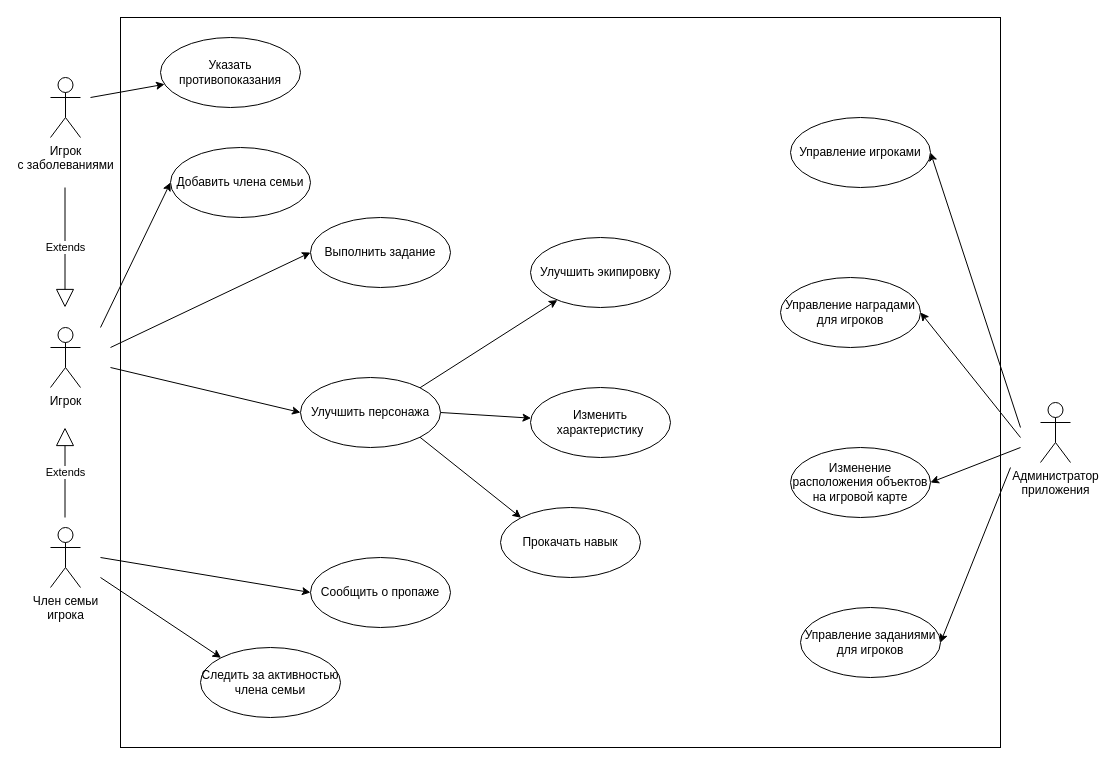
Before: graphs/Диаграмма прецендентов.drawio in RetteraDev/Diploma, a draw.io diagram. Source tidied: cells renumbered, new cells numbered last; positions are measured from the earlier drawing's top-left corner, leaving out a move shared by most shapes. Both pictures are drawn from the tidied source at 100%, with x=0, y=0 at pixel (50, 17).
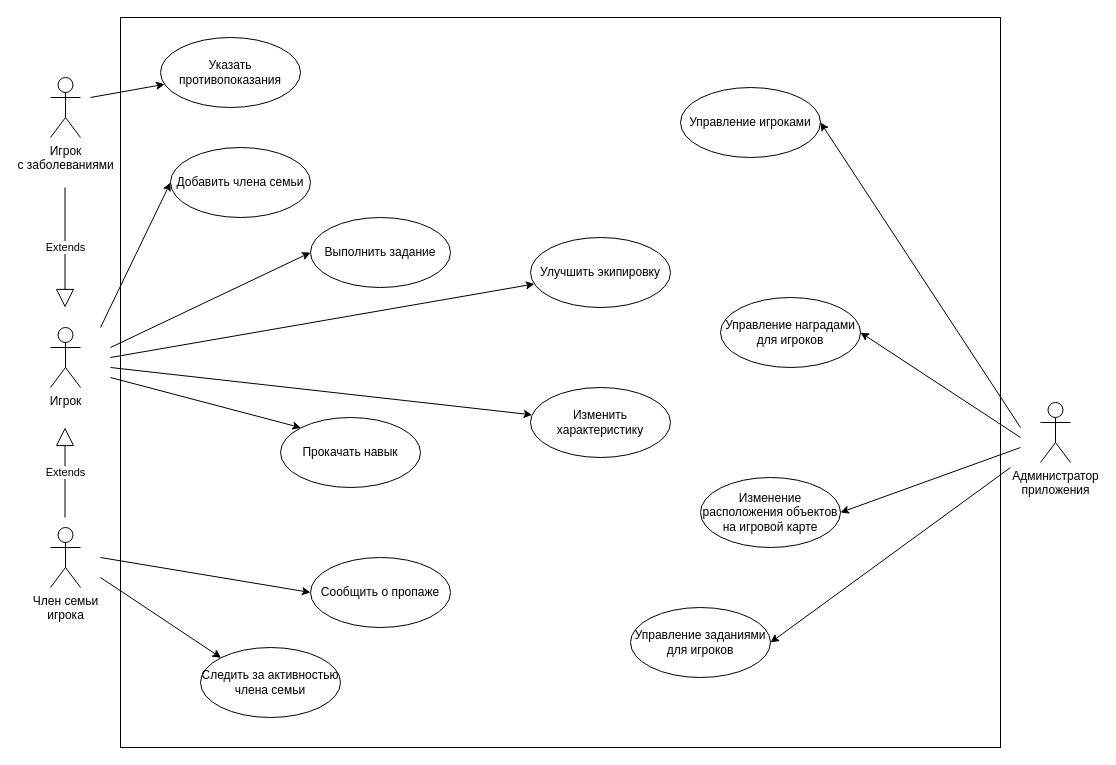
Above is the later version.

Commit message (it also covers changes not shown here):
fix: Доработать диаграмму прецендентов

The change refers to these unchanged cells:
```xml
<mxCell id="32" value="Улучшить экипировку" style="ellipse;whiteSpace=wrap;html=1;" parent="1" vertex="1">
  <mxGeometry x="480" y="220" width="140" height="70" as="geometry" />
</mxCell>
<mxCell id="33" value="Изменить характеристику" style="ellipse;whiteSpace=wrap;html=1;" parent="1" vertex="1">
  <mxGeometry x="480" y="370" width="140" height="70" as="geometry" />
</mxCell>
```

The edit, as a diff of the source:
```diff
@@
     <mxCell id="14" value="Изменение расположения объектов на игровой карте" style="ellipse;whiteSpace=wrap;html=1;" parent="1" vertex="1">
-      <mxGeometry x="740" y="430" width="140" height="70" as="geometry" />
+      <mxGeometry x="650" y="460" width="140" height="70" as="geometry" />
     </mxCell>
-    <mxCell id="15" style="rounded=0;jettySize=auto;html=1;exitX=1;exitY=0;exitDx=0;exitDy=0;" parent="1" edge="1" source="18" target="32">
-      <mxGeometry relative="1" as="geometry" />
+    <mxCell id="15" style="rounded=0;jettySize=auto;html=1;" parent="1" edge="1" target="32">
+      <mxGeometry relative="1" as="geometry">
+        <mxPoint x="60" y="340" as="sourcePoint" />
+      </mxGeometry>
     </mxCell>
-    <mxCell id="16" style="rounded=0;jettySize=auto;html=1;exitX=1;exitY=0.5;exitDx=0;exitDy=0;" parent="1" edge="1" source="18" target="33">
-      <mxGeometry relative="1" as="geometry" />
+    <mxCell id="16" style="rounded=0;jettySize=auto;html=1;" parent="1" edge="1" target="33">
+      <mxGeometry relative="1" as="geometry">
+        <mxPoint x="60" y="350" as="sourcePoint" />
+      </mxGeometry>
     </mxCell>
-    <mxCell id="17" style="rounded=0;jettySize=auto;html=1;exitX=1;exitY=1;exitDx=0;exitDy=0;entryX=0;entryY=0;entryDx=0;entryDy=0;" parent="1" edge="1" source="18" target="34">
-      <mxGeometry relative="1" as="geometry" />
+    <mxCell id="17" style="rounded=0;jettySize=auto;html=1;entryX=0;entryY=0;entryDx=0;entryDy=0;" parent="1" edge="1" target="34">
+      <mxGeometry relative="1" as="geometry">
+        <mxPoint x="60" y="360" as="sourcePoint" />
+      </mxGeometry>
     </mxCell>
-    <mxCell id="18" value="Улучшить персонажа" style="ellipse;whiteSpace=wrap;html=1;" parent="1" vertex="1">
-      <mxGeometry x="250" y="360" width="140" height="70" as="geometry" />
-    </mxCell>
@@
-    <mxCell id="20" style="rounded=0;jettySize=auto;html=1;entryX=0;entryY=0.5;entryDx=0;entryDy=0;" parent="1" edge="1" target="18">
-      <mxGeometry relative="1" as="geometry">
-        <mxPoint x="60" y="350" as="sourcePoint" />
-      </mxGeometry>
-    </mxCell>
@@
     <mxCell id="24" value="Управление игроками" style="ellipse;whiteSpace=wrap;html=1;" parent="1" vertex="1">
-      <mxGeometry x="740" y="100" width="140" height="70" as="geometry" />
+      <mxGeometry x="630" y="70" width="140" height="70" as="geometry" />
     </mxCell>
@@
     <mxCell id="28" value="Управление наградами для игроков" style="ellipse;whiteSpace=wrap;html=1;" parent="1" vertex="1">
-      <mxGeometry x="730" y="260" width="140" height="70" as="geometry" />
+      <mxGeometry x="670" y="280" width="140" height="70" as="geometry" />
     </mxCell>
@@
     <mxCell id="30" value="Управление заданиями для игроков" style="ellipse;whiteSpace=wrap;html=1;" parent="1" vertex="1">
-      <mxGeometry x="750" y="590" width="140" height="70" as="geometry" />
+      <mxGeometry x="580" y="590" width="140" height="70" as="geometry" />
     </mxCell>
@@
     <mxCell id="34" value="Прокачать навык" style="ellipse;whiteSpace=wrap;html=1;" parent="1" vertex="1">
-      <mxGeometry x="450" y="490" width="140" height="70" as="geometry" />
+      <mxGeometry x="230" y="400" width="140" height="70" as="geometry" />
     </mxCell>
```
